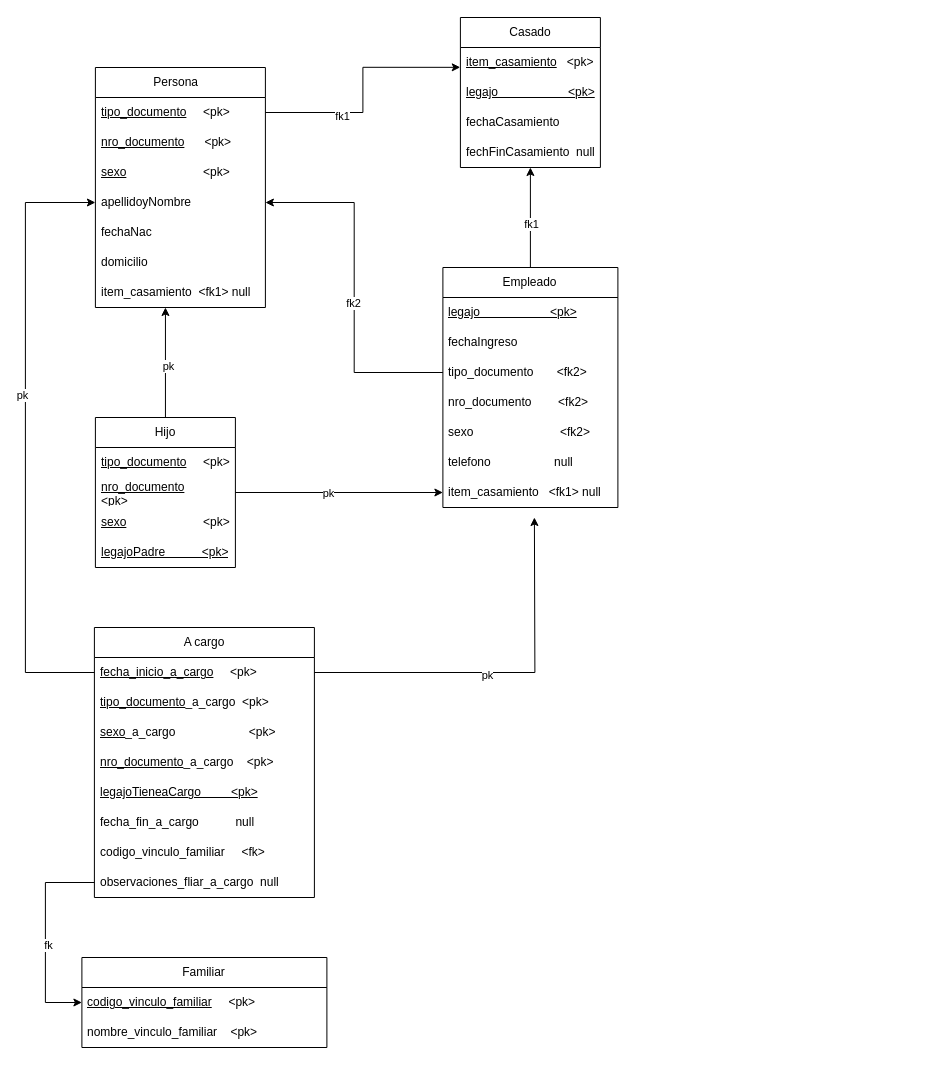
The draw.io diagram UmlFisico/Practicas/AdministracionPersonal.drawio in Logan6422/UMLDiagrams, before the edit. Source tidied: cells renumbered, new cells numbered last; positions are measured from the earlier drawing's top-left corner, leaving out a move shared by most shapes. Both pictures are drawn from the tidied source at 100%, with x=0, y=0 at pixel (25, 17).
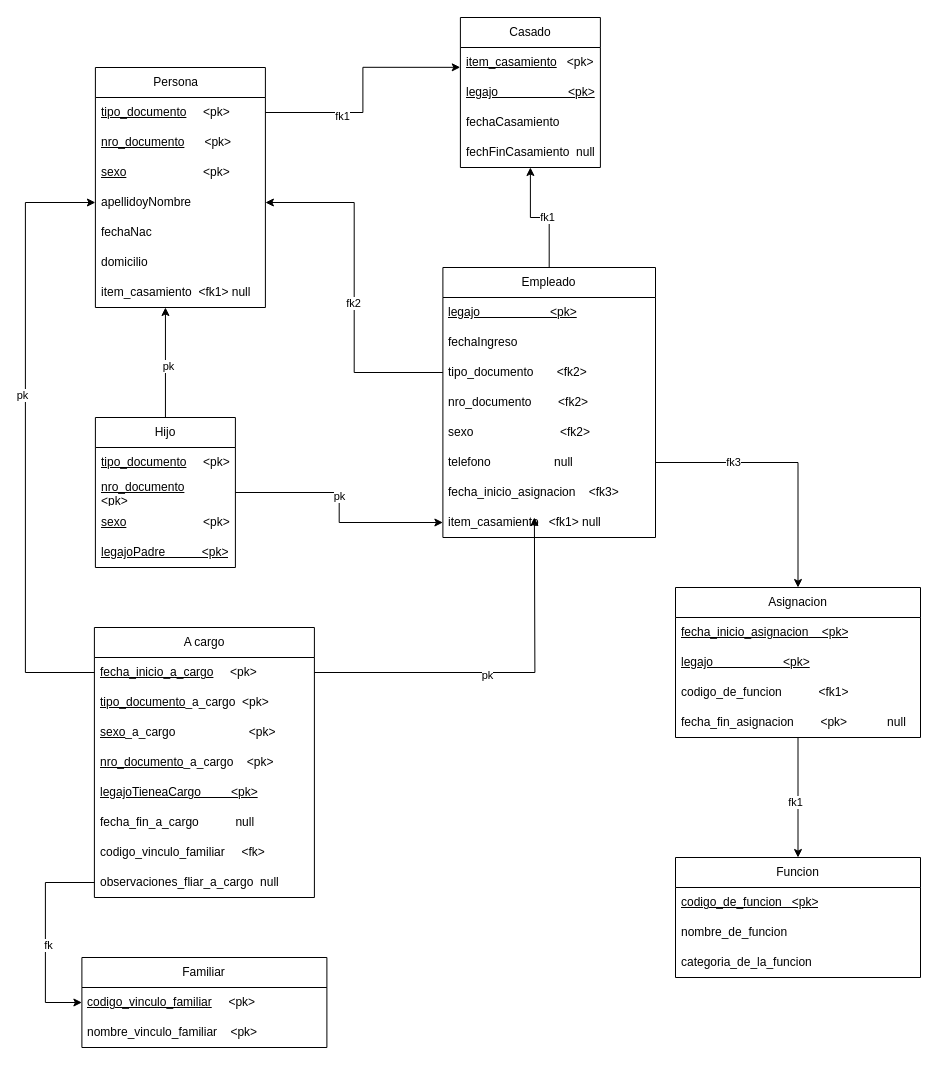
Above is the later version.

Change to the diagram source:
```diff
@@
     <mxCell id="17" value="Empleado" style="swimlane;fontStyle=0;horizontal=1;startSize=30;whiteSpace=wrap;html=1;" parent="1" vertex="1">
-      <mxGeometry x="417.4" y="250" width="175" height="240" as="geometry" />
+      <mxGeometry x="417.4" y="250" width="212.6" height="270" as="geometry" />
     </mxCell>
     <mxCell id="18" value="&lt;u&gt;legajo &amp;nbsp; &amp;nbsp; &amp;nbsp; &amp;nbsp; &amp;nbsp; &amp;nbsp; &amp;nbsp; &amp;nbsp; &amp;nbsp; &amp;nbsp; &amp;lt;pk&amp;gt;&lt;/u&gt;" style="text;strokeColor=none;fillColor=none;align=left;verticalAlign=middle;spacingLeft=4;spacingRight=4;overflow=hidden;whiteSpace=wrap;html=1;" parent="17" vertex="1">
-      <mxGeometry y="30" width="175" height="30" as="geometry" />
+      <mxGeometry y="30" width="212.6" height="30" as="geometry" />
     </mxCell>
     <mxCell id="19" value="fechaIngreso" style="text;strokeColor=none;fillColor=none;align=left;verticalAlign=middle;spacingLeft=4;spacingRight=4;overflow=hidden;whiteSpace=wrap;html=1;" parent="17" vertex="1">
-      <mxGeometry y="60" width="175" height="30" as="geometry" />
+      <mxGeometry y="60" width="212.6" height="30" as="geometry" />
     </mxCell>
     <mxCell id="20" value="tipo_documento&amp;nbsp;&amp;nbsp;&amp;nbsp;&amp;nbsp;&amp;nbsp;&amp;nbsp; &amp;lt;fk2&amp;gt;" style="text;strokeColor=none;fillColor=none;align=left;verticalAlign=middle;spacingLeft=4;spacingRight=4;overflow=hidden;points=[[0,0.5],[1,0.5]];portConstraint=eastwest;whiteSpace=wrap;html=1;" parent="17" vertex="1">
-      <mxGeometry y="90" width="175" height="30" as="geometry" />
+      <mxGeometry y="90" width="212.6" height="30" as="geometry" />
     </mxCell>
     <mxCell id="21" value="nro_documento&amp;nbsp; &amp;nbsp;&amp;nbsp;&amp;nbsp;&amp;nbsp;&amp;nbsp; &amp;lt;fk2&amp;gt;" style="text;strokeColor=none;fillColor=none;align=left;verticalAlign=middle;spacingLeft=4;spacingRight=4;overflow=hidden;whiteSpace=wrap;html=1;" parent="17" vertex="1">
-      <mxGeometry y="120" width="175" height="30" as="geometry" />
+      <mxGeometry y="120" width="212.6" height="30" as="geometry" />
     </mxCell>
     <mxCell id="22" value="sexo &amp;nbsp; &amp;nbsp; &amp;nbsp; &amp;nbsp; &amp;nbsp; &amp;nbsp; &amp;nbsp; &amp;nbsp; &amp;nbsp; &amp;nbsp; &amp;nbsp;&amp;nbsp;&amp;nbsp;&amp;nbsp; &amp;lt;fk2&amp;gt;" style="text;strokeColor=none;fillColor=none;align=left;verticalAlign=middle;spacingLeft=4;spacingRight=4;overflow=hidden;whiteSpace=wrap;html=1;" parent="17" vertex="1">
-      <mxGeometry y="150" width="175" height="30" as="geometry" />
+      <mxGeometry y="150" width="212.6" height="30" as="geometry" />
     </mxCell>
     <mxCell id="23" value="telefono &amp;nbsp; &amp;nbsp; &amp;nbsp; &amp;nbsp; &amp;nbsp; &amp;nbsp; &amp;nbsp; &amp;nbsp;&amp;nbsp;&amp;nbsp; null" style="text;strokeColor=none;fillColor=none;align=left;verticalAlign=middle;spacingLeft=4;spacingRight=4;overflow=hidden;points=[[0,0.5],[1,0.5]];portConstraint=eastwest;whiteSpace=wrap;html=1;" parent="17" vertex="1">
-      <mxGeometry y="180" width="175" height="30" as="geometry" />
+      <mxGeometry y="180" width="212.6" height="30" as="geometry" />
     </mxCell>
+    <mxCell id="56" value="fecha_inicio_asignacion &amp;nbsp;&amp;nbsp; &amp;lt;fk3&amp;gt;" style="text;strokeColor=none;fillColor=none;align=left;verticalAlign=middle;spacingLeft=4;spacingRight=4;overflow=hidden;whiteSpace=wrap;html=1;" parent="17" vertex="1">
+      <mxGeometry y="210" width="212.6" height="30" as="geometry" />
+    </mxCell>
     <mxCell id="24" value="item_casamiento&amp;nbsp;&amp;nbsp; &amp;lt;fk1&amp;gt; null" style="text;strokeColor=none;fillColor=none;align=left;verticalAlign=middle;spacingLeft=4;spacingRight=4;overflow=hidden;points=[[0,0.5],[1,0.5]];portConstraint=eastwest;whiteSpace=wrap;html=1;" parent="17" vertex="1">
-      <mxGeometry y="210" width="175" height="30" as="geometry" />
+      <mxGeometry y="240" width="212.6" height="30" as="geometry" />
     </mxCell>
@@
+    <mxCell id="57" value="Asignacion" style="swimlane;fontStyle=0;horizontal=1;startSize=30;whiteSpace=wrap;html=1;" parent="1" vertex="1">
+      <mxGeometry x="650" y="570" width="245" height="150" as="geometry" />
+    </mxCell>
+    <mxCell id="58" value="&lt;u&gt;fecha_inicio_asignacion &amp;nbsp;&amp;nbsp; &amp;lt;pk&amp;gt;&lt;/u&gt;" style="text;strokeColor=none;fillColor=none;align=left;verticalAlign=middle;spacingLeft=4;spacingRight=4;overflow=hidden;whiteSpace=wrap;html=1;" parent="57" vertex="1">
+      <mxGeometry y="30" width="245" height="30" as="geometry" />
+    </mxCell>
+    <mxCell id="59" value="&lt;u&gt;legajo &amp;nbsp; &amp;nbsp; &amp;nbsp; &amp;nbsp; &amp;nbsp; &amp;nbsp; &amp;nbsp; &amp;nbsp; &amp;nbsp; &amp;nbsp; &amp;lt;pk&amp;gt;&lt;/u&gt;" style="text;strokeColor=none;fillColor=none;align=left;verticalAlign=middle;spacingLeft=4;spacingRight=4;overflow=hidden;whiteSpace=wrap;html=1;" parent="57" vertex="1">
+      <mxGeometry y="60" width="245" height="30" as="geometry" />
+    </mxCell>
+    <mxCell id="60" value="codigo_de_funcion &amp;nbsp;&amp;nbsp;&amp;nbsp;&amp;nbsp;&amp;nbsp;&amp;nbsp;&amp;nbsp;&amp;nbsp;&amp;nbsp; &amp;lt;fk1&amp;gt;" style="text;strokeColor=none;fillColor=none;align=left;verticalAlign=middle;spacingLeft=4;spacingRight=4;overflow=hidden;whiteSpace=wrap;html=1;" parent="57" vertex="1">
+      <mxGeometry y="90" width="245" height="30" as="geometry" />
+    </mxCell>
+    <mxCell id="61" value="fecha_fin_asignacion &amp;nbsp; &amp;nbsp; &amp;nbsp;&amp;nbsp; &amp;lt;pk&amp;gt;&amp;nbsp;&amp;nbsp;&amp;nbsp;&amp;nbsp;&amp;nbsp;&amp;nbsp;&amp;nbsp;&amp;nbsp;&amp;nbsp;&amp;nbsp;&amp;nbsp; null" style="text;strokeColor=none;fillColor=none;align=left;verticalAlign=middle;spacingLeft=4;spacingRight=4;overflow=hidden;whiteSpace=wrap;html=1;" parent="57" vertex="1">
+      <mxGeometry y="120" width="245" height="30" as="geometry" />
+    </mxCell>
+    <mxCell id="62" style="edgeStyle=orthogonalEdgeStyle;rounded=0;jettySize=auto;html=1;" parent="1" edge="1" source="23" target="57">
+      <mxGeometry relative="1" as="geometry" />
+    </mxCell>
+    <mxCell id="63" value="fk3" style="edgeLabel;html=1;align=center;verticalAlign=middle;" parent="62" vertex="1">
+      <mxGeometry x="-0.42" y="1" relative="1" as="geometry">
+        <mxPoint x="-1" as="offset" />
+      </mxGeometry>
+    </mxCell>
+    <mxCell id="64" value="Funcion" style="swimlane;fontStyle=0;horizontal=1;startSize=30;whiteSpace=wrap;html=1;" parent="1" vertex="1">
+      <mxGeometry x="650" y="840" width="245" height="120" as="geometry" />
+    </mxCell>
+    <mxCell id="65" value="&lt;u&gt;codigo_de_funcion &amp;nbsp; &amp;lt;pk&amp;gt;&lt;/u&gt;" style="text;strokeColor=none;fillColor=none;align=left;verticalAlign=middle;spacingLeft=4;spacingRight=4;overflow=hidden;whiteSpace=wrap;html=1;" parent="64" vertex="1">
+      <mxGeometry y="30" width="245" height="30" as="geometry" />
+    </mxCell>
+    <mxCell id="66" value="nombre_de_funcion &amp;nbsp; &amp;nbsp; &amp;nbsp;&amp;nbsp; " style="text;strokeColor=none;fillColor=none;align=left;verticalAlign=middle;spacingLeft=4;spacingRight=4;overflow=hidden;whiteSpace=wrap;html=1;" parent="64" vertex="1">
+      <mxGeometry y="60" width="245" height="30" as="geometry" />
+    </mxCell>
+    <mxCell id="67" value="categoria_de_la_funcion" style="text;strokeColor=none;fillColor=none;align=left;verticalAlign=middle;spacingLeft=4;spacingRight=4;overflow=hidden;whiteSpace=wrap;html=1;" parent="64" vertex="1">
+      <mxGeometry y="90" width="245" height="30" as="geometry" />
+    </mxCell>
+    <mxCell id="68" style="edgeStyle=orthogonalEdgeStyle;rounded=0;jettySize=auto;html=1;entryX=0.5;entryY=0;entryDx=0;entryDy=0;" parent="1" edge="1" source="57" target="64">
+      <mxGeometry relative="1" as="geometry" />
+    </mxCell>
+    <mxCell id="69" value="fk1" style="edgeLabel;html=1;align=center;verticalAlign=middle;" parent="68" vertex="1">
+      <mxGeometry x="0.07" y="-3" relative="1" as="geometry" />
+    </mxCell>
```
